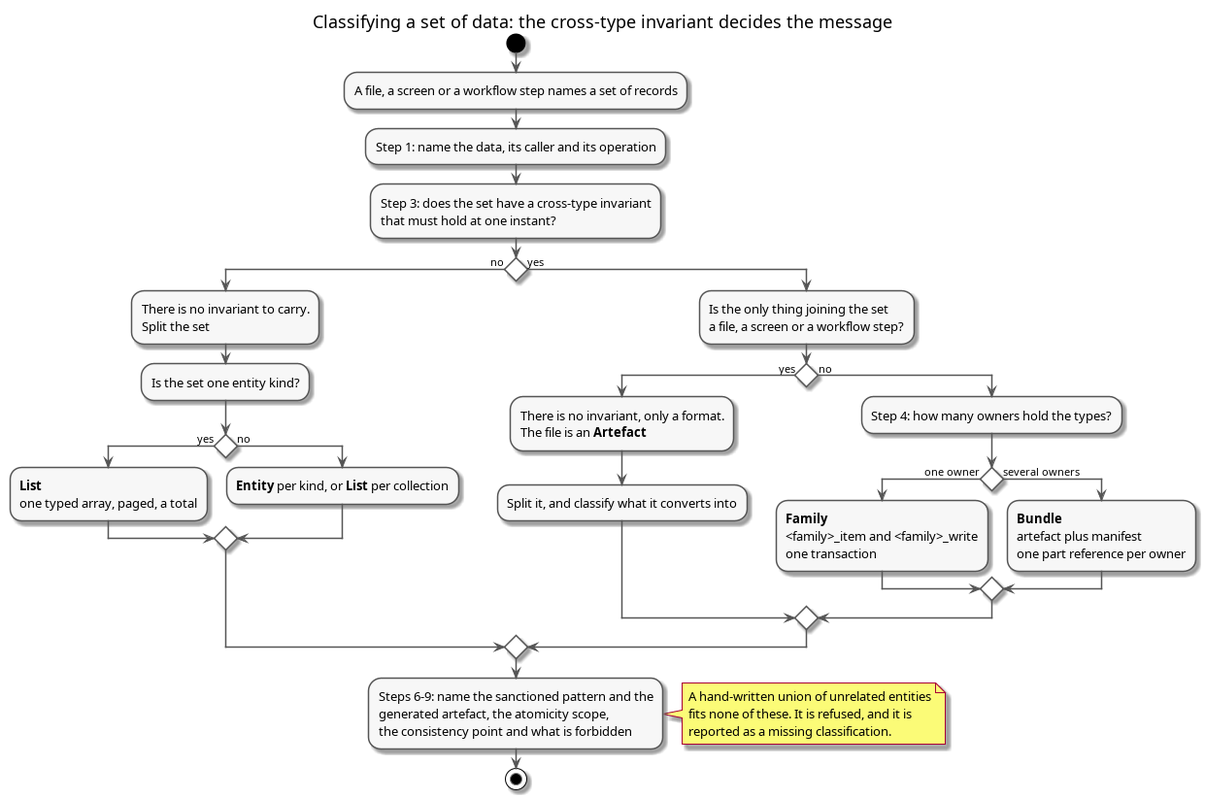
OreStudio/OreStudio keeps this PlantUML diagram as doc/knowledge/architecture/data_classification_decision_tree.png. Above is the earlier version. Its source is kept beside it as doc/knowledge/architecture/data_classification_decision_tree.puml.
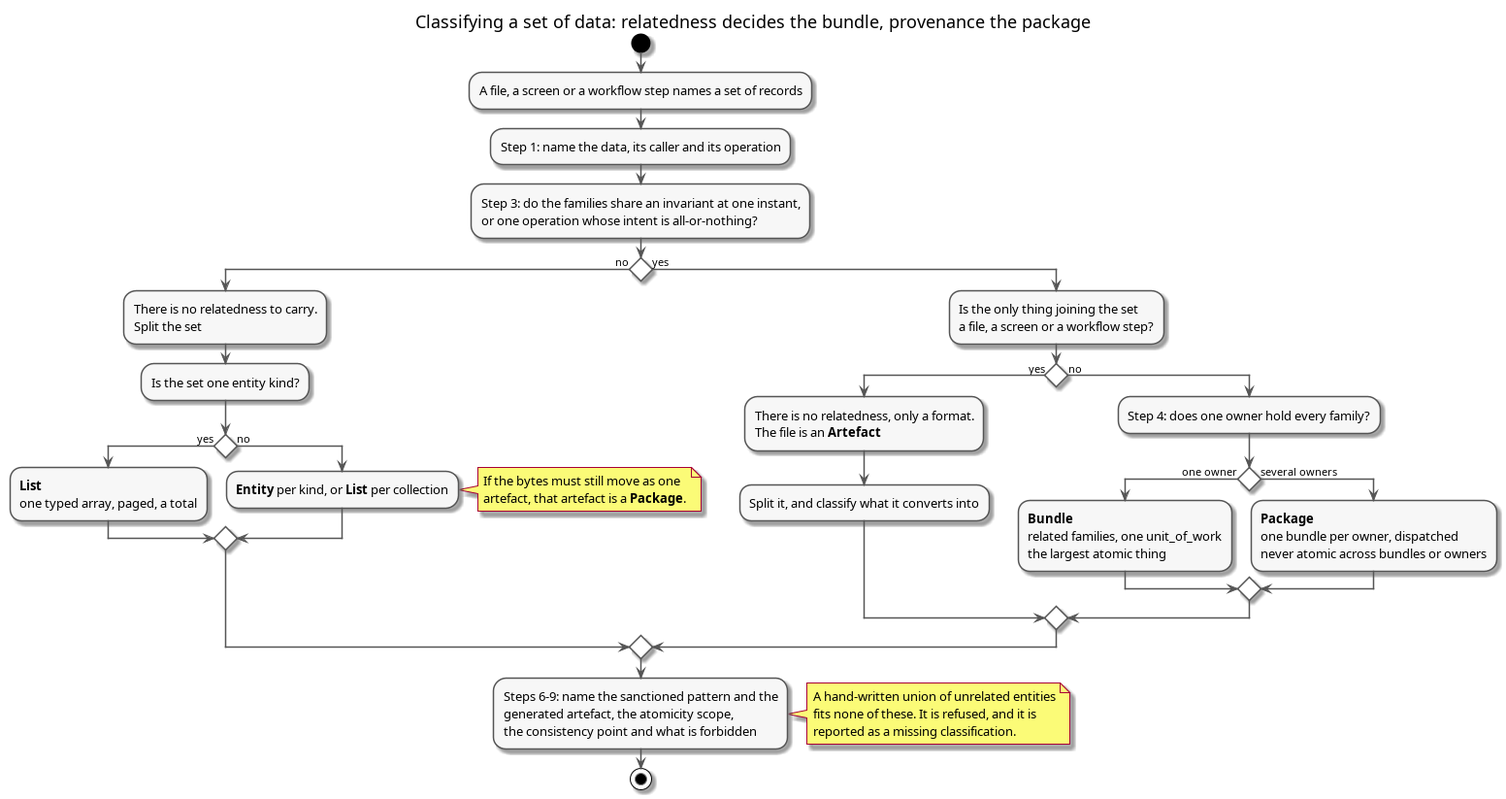
Later version of the same file.

The edit, as a diff of the source:
```diff
@@ -1,6 +1,6 @@
 @startuml
 
-title Classifying a set of data: the cross-type invariant decides the message
+title Classifying a set of data: relatedness decides the bundle, provenance the package
 
 skinparam activity {
     BackgroundColor #F7F7F7
@@ -18,27 +18,31 @@
 
 :Step 1: name the data, its caller and its operation;
 
-:Step 3: does the set have a cross-type invariant\nthat must hold at one instant?;
+:Step 3: do the families share an invariant at one instant,\nor one operation whose intent is all-or-nothing?;
 
 if () then (no)
-  :There is no invariant to carry.\nSplit the set;
+  :There is no relatedness to carry.\nSplit the set;
   :Is the set one entity kind?;
   if () then (yes)
     :**List**\none typed array, paged, a total;
   else (no)
     :**Entity** per kind, or **List** per collection;
+    note right
+      If the bytes must still move as one
+      artefact, that artefact is a **Package**.
+    end note
   endif
 else (yes)
   :Is the only thing joining the set\na file, a screen or a workflow step?;
   if () then (yes)
-    :There is no invariant, only a format.\nThe file is an **Artefact**;
+    :There is no relatedness, only a format.\nThe file is an **Artefact**;
     :Split it, and classify what it converts into;
   else (no)
-    :Step 4: how many owners hold the types?;
+    :Step 4: does one owner hold every family?;
     if () then (one owner)
-      :**Family**\n<family>_item and <family>_write\none transaction;
+      :**Bundle**\nrelated families, one unit_of_work\nthe largest atomic thing;
     else (several owners)
-      :**Bundle**\nartefact plus manifest\none part reference per owner;
+      :**Package**\none bundle per owner, dispatched\nnever atomic across bundles or owners;
     endif
   endif
 endif
```
